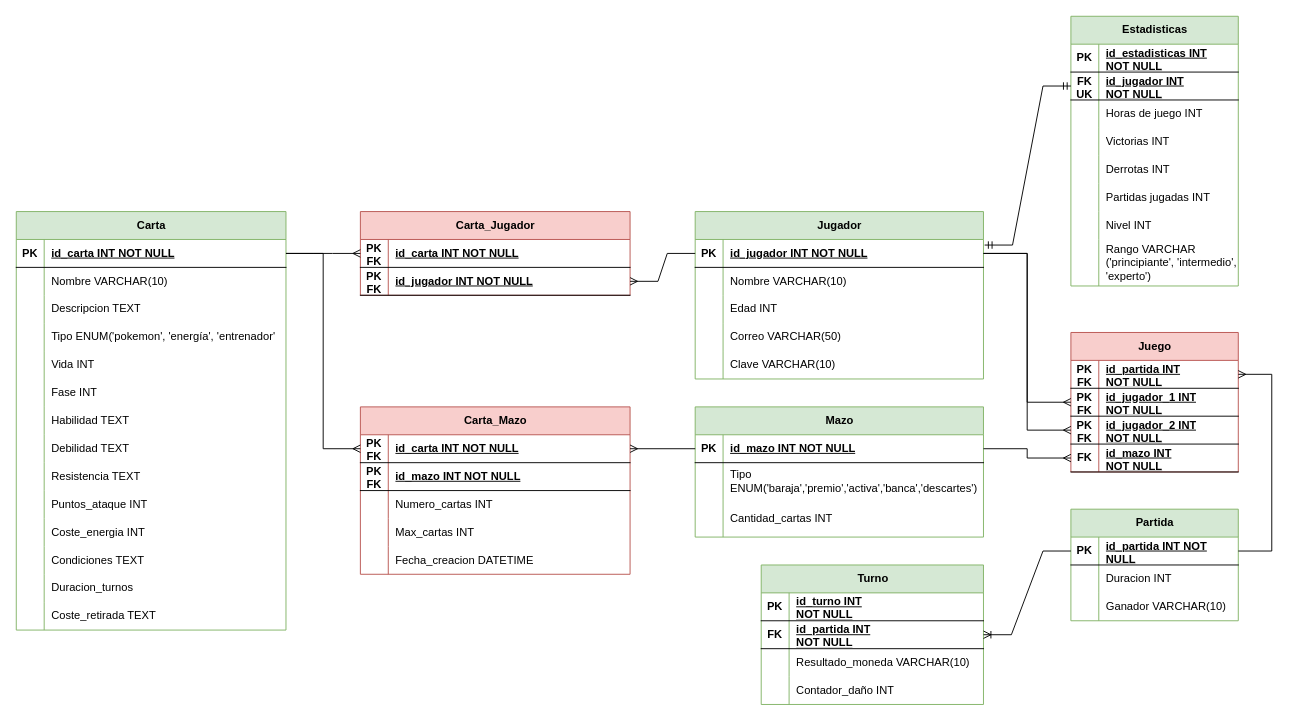
Above: Bases_de_datos/Diagrama UML_Pokemon TCG_A01781166.drawio in diegocrdz/TC2005B_diego-cordova (draw.io), before the change. Source tidied: cells renumbered, new cells numbered last; positions are measured from the earlier drawing's top-left corner, leaving out a move shared by most shapes. Both pictures are drawn from the tidied source at 93%, with x=0, y=0 at pixel (16, 16).
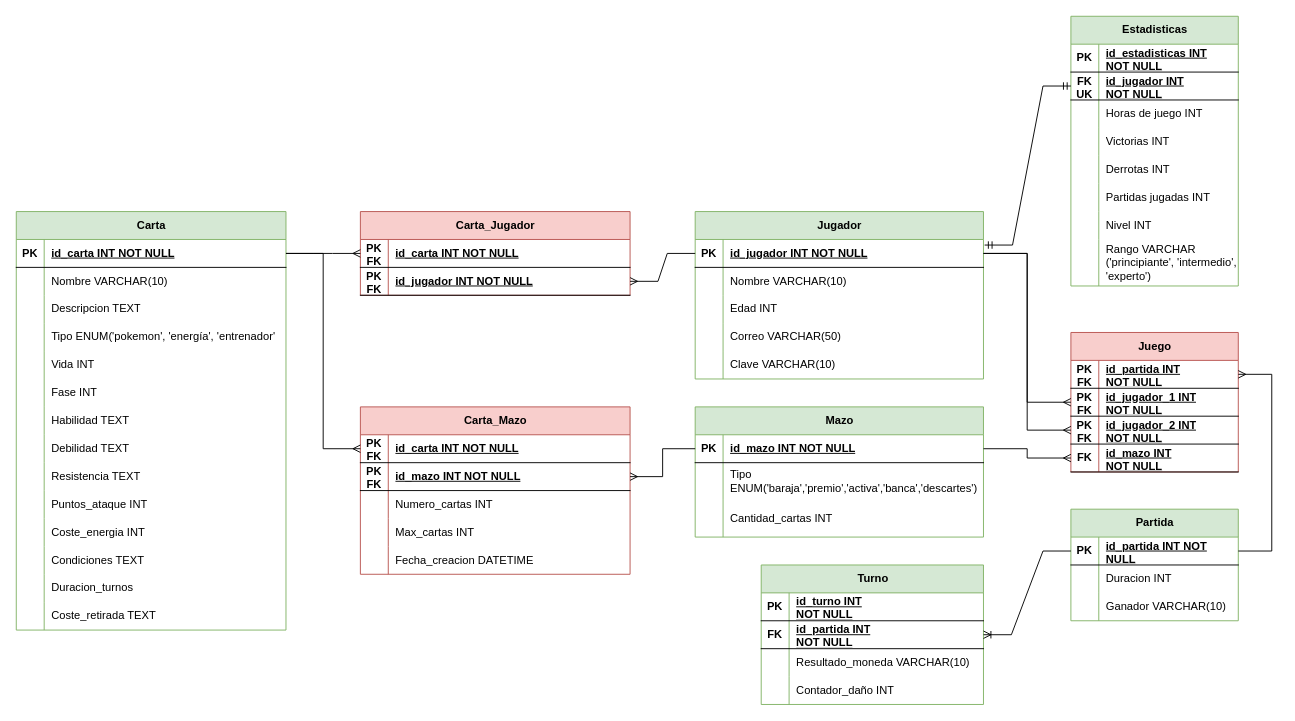
The same diagram, later.

Commit message (it also covers changes not shown here):
Modelación BD Pokemon TCG agregada

Unchanged cells that the change refers to:
```xml
<mxCell id="120" style="shape=tableRow;horizontal=0;startSize=0;swimlaneHead=0;swimlaneBody=0;fillColor=none;points=[[0,0.5],[1,0.5]];portConstraint=eastwest;top=0;left=0;right=0;bottom=1;" parent="119" vertex="1">
  <mxGeometry y="30" width="310" height="30" as="geometry" />
</mxCell>
<mxCell id="130" style="shape=tableRow;horizontal=0;startSize=0;swimlaneHead=0;swimlaneBody=0;fillColor=none;points=[[0,0.5],[1,0.5]];portConstraint=eastwest;top=0;left=0;right=0;bottom=1;" parent="129" vertex="1">
  <mxGeometry y="30" width="290" height="30" as="geometry" />
</mxCell>
<mxCell id="133" style="shape=tableRow;horizontal=0;startSize=0;swimlaneHead=0;swimlaneBody=0;fillColor=none;points=[[0,0.5],[1,0.5]];portConstraint=eastwest;top=0;left=0;right=0;bottom=1;" parent="129" vertex="1">
  <mxGeometry y="60" width="290" height="30" as="geometry" />
</mxCell>
```

What changed in the source:
```diff
@@
-    <mxCell id="145" style="edgeStyle=orthogonalEdgeStyle;rounded=0;jettySize=auto;html=1;entryX=1;entryY=0.5;entryDx=0;entryDy=0;endArrow=ERmany;endFill=0;" parent="1" edge="1" source="120" target="130">
+    <mxCell id="145" style="edgeStyle=orthogonalEdgeStyle;rounded=0;jettySize=auto;html=1;entryX=1;entryY=0.5;entryDx=0;entryDy=0;endArrow=ERmany;endFill=0;" parent="1" edge="1" source="120" target="133">
       <mxGeometry relative="1" as="geometry" />
     </mxCell>
```
